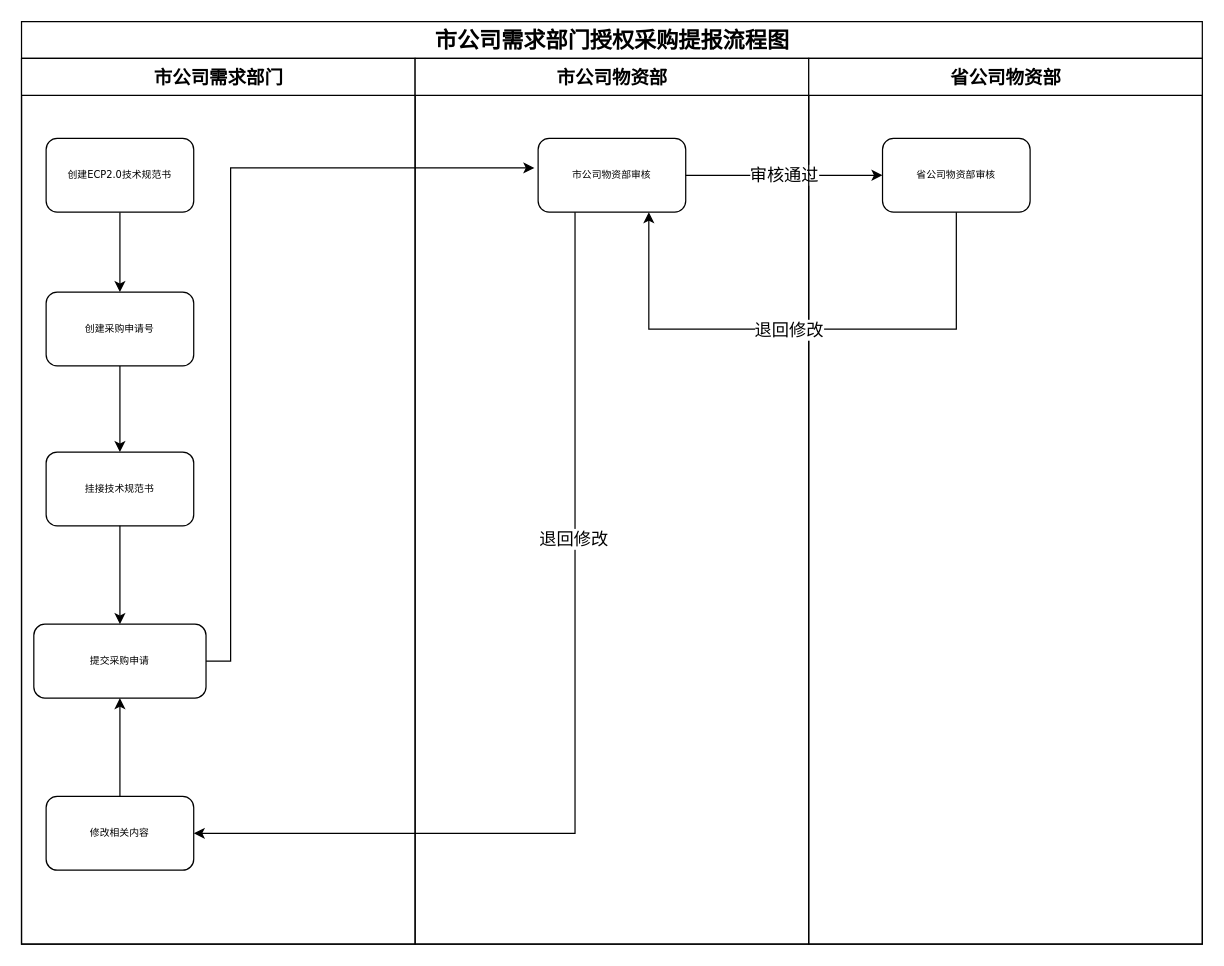
Earlier version of the draw.io diagram 市公司提报流程.drawio (KongValley/hugo). Source tidied: cells renumbered, new cells numbered last; positions are measured from the earlier drawing's top-left corner, leaving out a move shared by most shapes. Both pictures are drawn from the tidied source at 123%, with x=0, y=0 at pixel (21, 21).
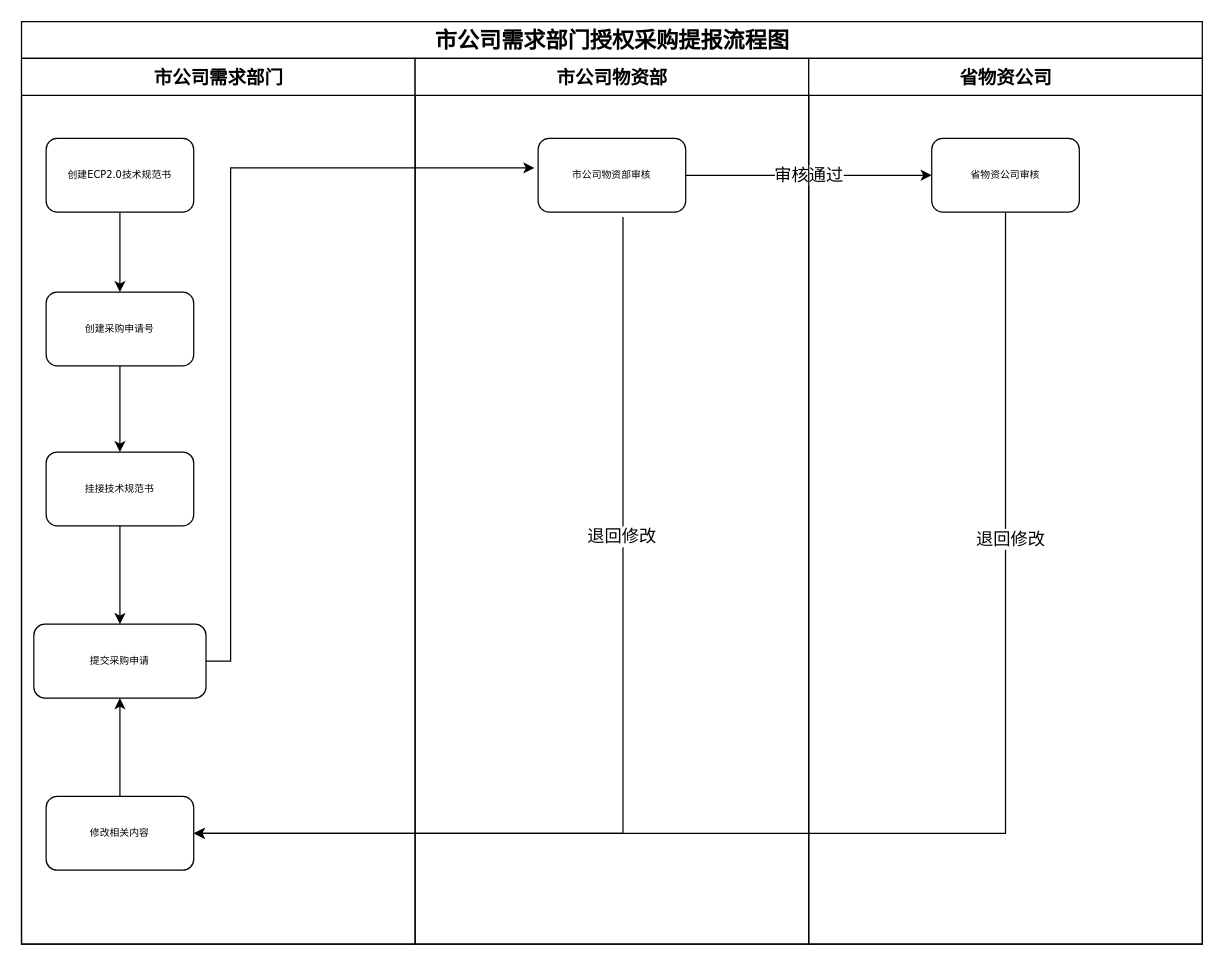
The same page after the edit.

Commit message (it also covers changes not shown here):
Update 市公司提报流程.drawio

Unchanged cells that the change refers to:
```xml
<mxCell id="2" value="&lt;font style=&quot;font-size: 18px&quot;&gt;市公司需求部门授权采购提报流程图&lt;/font&gt;" style="swimlane;html=1;startSize=30;rounded=0;shadow=0;labelBackgroundColor=none;strokeWidth=1;fontFamily=Verdana;fontSize=18;align=center;" parent="1" vertex="1">
  <mxGeometry width="960" height="750" as="geometry" />
</mxCell>
<mxCell id="10" value="市公司物资部审核" style="whiteSpace=wrap;html=1;rounded=1;shadow=0;fontFamily=Verdana;fontSize=8;strokeWidth=1;" parent="9" vertex="1">
  <mxGeometry x="100" y="65" width="120" height="60" as="geometry" />
</mxCell>
<mxCell id="22" value="修改相关内容" style="whiteSpace=wrap;html=1;rounded=1;shadow=0;fontFamily=Verdana;fontSize=8;strokeWidth=1;" parent="1" vertex="1">
  <mxGeometry x="20" y="630" width="120" height="60" as="geometry" />
</mxCell>
```

Change to the diagram source:
```diff
@@
-    <mxCell id="12" value="省公司物资部" style="swimlane;html=1;startSize=30;fontSize=15;" parent="2" vertex="1">
+    <mxCell id="12" value="省物资公司" style="swimlane;html=1;startSize=30;fontSize=15;" parent="2" vertex="1">
       <mxGeometry x="640" y="30" width="320" height="720" as="geometry" />
     </mxCell>
-    <mxCell id="13" value="省公司物资部审核" style="whiteSpace=wrap;html=1;rounded=1;shadow=0;fontFamily=Verdana;fontSize=8;strokeWidth=1;" parent="12" vertex="1">
-      <mxGeometry x="60" y="65" width="120" height="60" as="geometry" />
+    <mxCell id="13" value="省物资公司审核" style="whiteSpace=wrap;html=1;rounded=1;shadow=0;fontFamily=Verdana;fontSize=8;strokeWidth=1;" parent="12" vertex="1">
+      <mxGeometry x="100" y="65" width="120" height="60" as="geometry" />
     </mxCell>
-    <mxCell id="14" style="edgeStyle=orthogonalEdgeStyle;rounded=0;jettySize=auto;html=1;entryX=0.75;entryY=1;entryDx=0;entryDy=0;fontSize=14;exitX=0.5;exitY=1;exitDx=0;exitDy=0;" parent="2" edge="1" source="13" target="10">
-      <mxGeometry relative="1" as="geometry">
-        <Array as="points">
-          <mxPoint x="760" y="250" />
-          <mxPoint x="510" y="250" />
-        </Array>
-      </mxGeometry>
-    </mxCell>
-    <mxCell id="15" value="退回修改" style="edgeLabel;html=1;align=center;verticalAlign=middle;fontSize=14;" parent="14" vertex="1">
-      <mxGeometry x="-0.1" relative="1" as="geometry">
-        <mxPoint x="-34" as="offset" />
-      </mxGeometry>
-    </mxCell>
@@
-    <mxCell id="19" style="edgeStyle=orthogonalEdgeStyle;rounded=0;jettySize=auto;html=1;fontSize=14;entryX=1;entryY=0.5;entryDx=0;entryDy=0;exitX=0.25;exitY=1;exitDx=0;exitDy=0;" parent="1" edge="1" source="10" target="22">
+    <mxCell id="19" style="edgeStyle=orthogonalEdgeStyle;rounded=0;jettySize=auto;html=1;fontSize=14;entryX=1;entryY=0.5;entryDx=0;entryDy=0;exitX=0.575;exitY=1.067;exitDx=0;exitDy=0;exitPerimeter=0;" parent="1" edge="1" source="10" target="22">
       <mxGeometry relative="1" as="geometry">
         <Array as="points">
-          <mxPoint x="450" y="660" />
+          <mxPoint x="489" y="660" />
         </Array>
       </mxGeometry>
     </mxCell>
     <mxCell id="20" value="退回修改" style="edgeLabel;html=1;align=center;verticalAlign=middle;fontSize=14;" parent="19" vertex="1">
-      <mxGeometry x="-0.35" y="-2" relative="1" as="geometry" />
+      <mxGeometry x="-0.35" y="-2" relative="1" as="geometry">
+        <mxPoint y="-17" as="offset" />
+      </mxGeometry>
     </mxCell>
@@
+    <mxCell id="14" style="edgeStyle=orthogonalEdgeStyle;rounded=0;jettySize=auto;html=1;fontSize=14;exitX=0.5;exitY=1;exitDx=0;exitDy=0;entryX=1;entryY=0.5;entryDx=0;entryDy=0;" parent="1" edge="1" source="13" target="22">
+      <mxGeometry relative="1" as="geometry">
+        <Array as="points">
+          <mxPoint x="800" y="660" />
+        </Array>
+      </mxGeometry>
+    </mxCell>
+    <mxCell id="15" value="退回修改" style="edgeLabel;html=1;align=center;verticalAlign=middle;fontSize=14;" parent="14" vertex="1">
+      <mxGeometry x="-0.1" relative="1" as="geometry">
+        <mxPoint x="22" y="-240" as="offset" />
+      </mxGeometry>
+    </mxCell>
```
